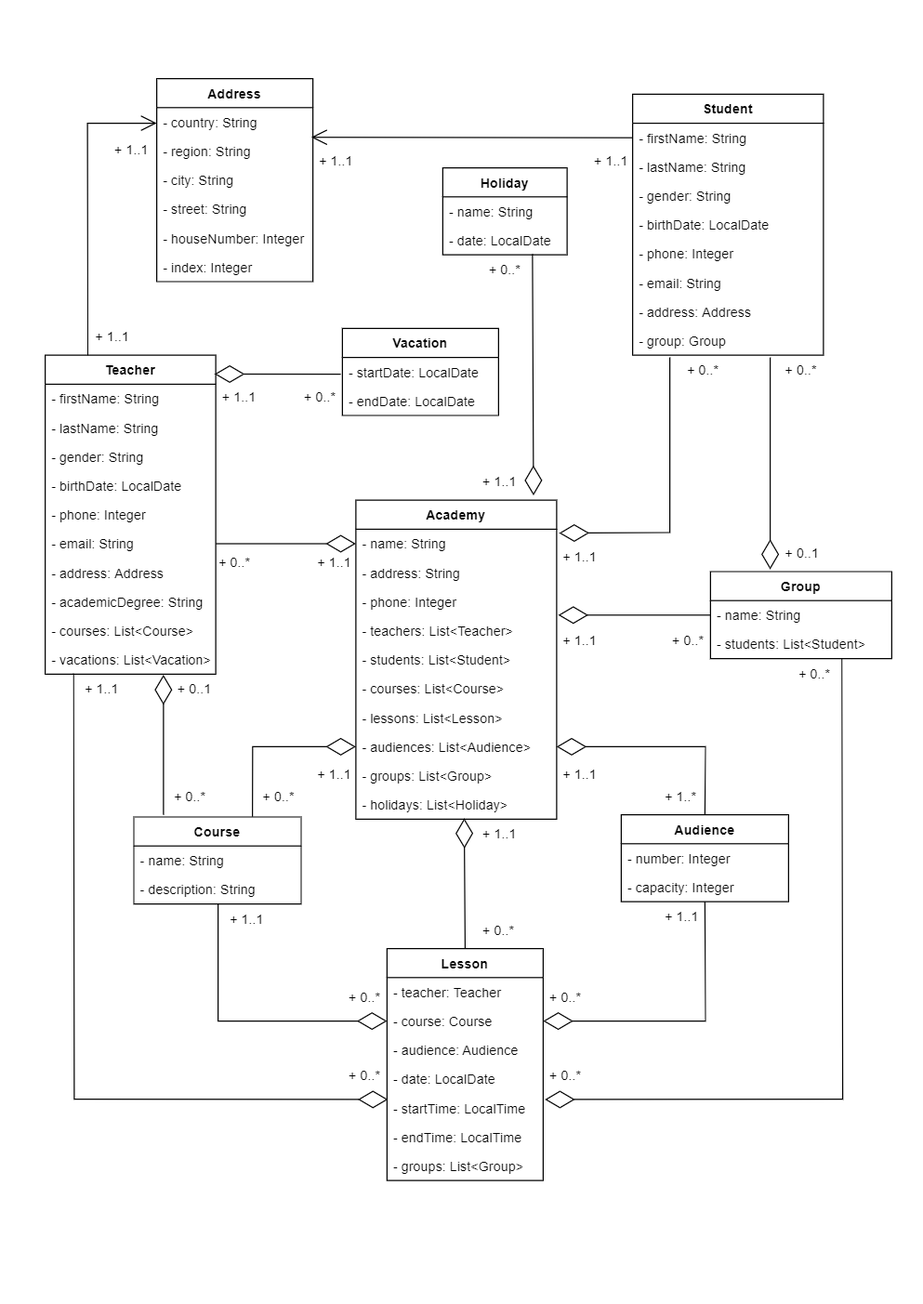
This is src/main/resources/academy.png from Ruslan-Tymoshchuk/Academy, a draw.io export, as it was before one commit. Source tidied: cells renumbered, new cells last; positions are measured from the earlier drawing's top-left corner, leaving out a move shared by most shapes.
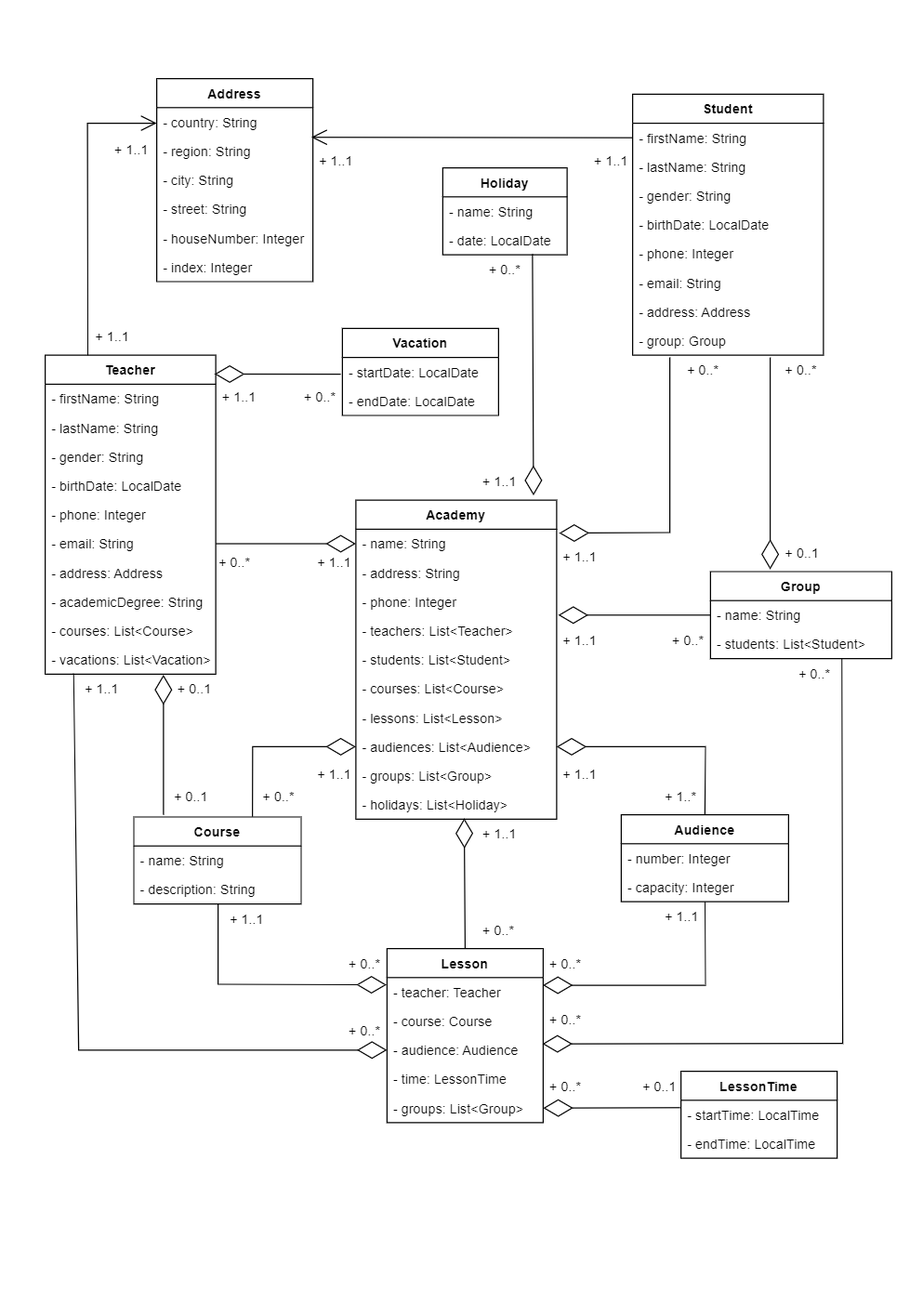
Later version of the same file.

Commit message:
adjusted relationships in UML-diagram

What changed in the source:
```diff
@@ -128,10 +128,10 @@
     <mxCell id="43" style="endArrow=diamondThin;endFill=0;endSize=24;html=1;rounded=0;exitX=0.5;exitY=0;exitDx=0;exitDy=0;entryX=0.54;entryY=0.971;entryDx=0;entryDy=0;entryPerimeter=0;" parent="1" edge="1" source="48" target="38">
       <mxGeometry relative="1" as="geometry" />
     </mxCell>
-    <mxCell id="44" style="endArrow=diamondThin;endFill=0;endSize=24;html=1;rounded=0;entryX=1.011;entryY=0.205;entryDx=0;entryDy=0;exitX=0.725;exitY=1.007;exitDx=0;exitDy=0;exitPerimeter=0;entryPerimeter=0;" parent="1" edge="1" source="24" target="53">
+    <mxCell id="44" style="endArrow=diamondThin;endFill=0;endSize=24;html=1;rounded=0;exitX=0.725;exitY=1.007;exitDx=0;exitDy=0;exitPerimeter=0;entryX=0.995;entryY=0.286;entryDx=0;entryDy=0;entryPerimeter=0;" parent="1" edge="1" source="24" target="51">
       <mxGeometry relative="1" as="geometry">
         <Array as="points">
-          <mxPoint x="715" y="915" />
+          <mxPoint x="715" y="865" />
         </Array>
       </mxGeometry>
     </mxCell>
@@ -153,7 +153,7 @@
       <mxGeometry x="240" y="60" width="40" height="30" as="geometry" />
     </mxCell>
     <mxCell id="48" value="Lesson" style="swimlane;fontStyle=1;horizontal=1;startSize=26;fillColor=none;" parent="1" vertex="1">
-      <mxGeometry x="306.5" y="780" width="140" height="208" as="geometry" />
+      <mxGeometry x="306.5" y="780" width="140" height="156" as="geometry" />
     </mxCell>
     <mxCell id="49" value="- teacher: Teacher" style="text;strokeColor=none;fillColor=none;align=left;verticalAlign=top;spacingLeft=4;spacingRight=4;overflow=hidden;" parent="48" vertex="1">
       <mxGeometry y="26" width="140" height="26" as="geometry" />
@@ -164,37 +164,31 @@
     <mxCell id="51" value="- audience: Audience" style="text;strokeColor=none;fillColor=none;align=left;verticalAlign=top;spacingLeft=4;spacingRight=4;overflow=hidden;points=[[0,0.5],[1,0.5]];portConstraint=eastwest;fontStyle=0;" parent="48" vertex="1">
       <mxGeometry y="78" width="140" height="26" as="geometry" />
     </mxCell>
-    <mxCell id="52" value="- date: LocalDate" style="text;strokeColor=none;fillColor=none;align=left;verticalAlign=top;spacingLeft=4;spacingRight=4;overflow=hidden;fontStyle=0;" parent="48" vertex="1">
+    <mxCell id="52" value="- time: LessonTime" style="text;strokeColor=none;fillColor=none;align=left;verticalAlign=top;spacingLeft=4;spacingRight=4;overflow=hidden;fontStyle=0;" parent="48" vertex="1">
       <mxGeometry y="104" width="140" height="26" as="geometry" />
     </mxCell>
-    <mxCell id="53" value="- startTime: LocalTime" style="text;strokeColor=none;fillColor=none;align=left;verticalAlign=top;spacingLeft=4;spacingRight=4;overflow=hidden;points=[[0,0.5],[1,0.5]];portConstraint=eastwest;fontStyle=0;" parent="48" vertex="1">
-      <mxGeometry y="130" width="140" height="26" as="geometry" />
-    </mxCell>
-    <mxCell id="54" value="- endTime: LocalTime" style="text;strokeColor=none;fillColor=none;align=left;verticalAlign=top;spacingLeft=4;spacingRight=4;overflow=hidden;fontStyle=0;" parent="48" vertex="1">
-      <mxGeometry y="156" width="140" height="26" as="geometry" />
-    </mxCell>
     <mxCell id="55" value="- groups: List&lt;Group&gt;" style="text;strokeColor=none;fillColor=none;align=left;verticalAlign=top;spacingLeft=4;spacingRight=4;overflow=hidden;points=[[0,0.5],[1,0.5]];portConstraint=eastwest;fontStyle=0;" parent="48" vertex="1">
-      <mxGeometry y="182" width="140" height="26" as="geometry" />
+      <mxGeometry y="130" width="140" height="26" as="geometry" />
     </mxCell>
-    <mxCell id="56" style="endArrow=diamondThin;endFill=0;endSize=24;html=1;rounded=0;entryX=1;entryY=0.5;entryDx=0;entryDy=0;" parent="1" edge="1" source="41" target="50">
+    <mxCell id="56" style="endArrow=diamondThin;endFill=0;endSize=24;html=1;rounded=0;entryX=-0.008;entryY=1.095;entryDx=0;entryDy=0;entryPerimeter=0;" parent="1" edge="1" source="41" target="72">
       <mxGeometry relative="1" as="geometry">
         <Array as="points">
-          <mxPoint x="592" y="845" />
+          <mxPoint x="592" y="813" />
         </Array>
       </mxGeometry>
     </mxCell>
-    <mxCell id="57" style="endArrow=diamondThin;endFill=0;endSize=24;html=1;rounded=0;exitX=0.167;exitY=0.98;exitDx=0;exitDy=0;exitPerimeter=0;entryX=0.006;entryY=0.204;entryDx=0;entryDy=0;entryPerimeter=0;" parent="1" edge="1" source="21" target="53">
+    <mxCell id="57" style="endArrow=diamondThin;endFill=0;endSize=24;html=1;rounded=0;exitX=0.167;exitY=0.98;exitDx=0;exitDy=0;exitPerimeter=0;entryX=0;entryY=0.5;entryDx=0;entryDy=0;" parent="1" edge="1" source="21" target="51">
       <mxGeometry relative="1" as="geometry">
         <Array as="points">
-          <mxPoint x="26" y="915" />
+          <mxPoint x="30" y="871" />
         </Array>
       </mxGeometry>
     </mxCell>
-    <mxCell id="58" style="endArrow=diamondThin;endFill=0;endSize=24;html=1;rounded=0;entryX=0;entryY=0.5;entryDx=0;entryDy=0;" parent="1" edge="1" target="50">
+    <mxCell id="58" style="endArrow=diamondThin;endFill=0;endSize=24;html=1;rounded=0;entryX=0.988;entryY=1.083;entryDx=0;entryDy=0;entryPerimeter=0;" parent="1" edge="1" target="104">
       <mxGeometry relative="1" as="geometry">
         <mxPoint x="155" y="740" as="sourcePoint" />
         <Array as="points">
-          <mxPoint x="155" y="845" />
+          <mxPoint x="155" y="812" />
         </Array>
       </mxGeometry>
     </mxCell>
@@ -245,7 +239,7 @@
       <mxGeometry x="386.5" y="664" width="40" height="30" as="geometry" />
     </mxCell>
     <mxCell id="72" value="+ 0..*" style="text;strokeColor=none;fillColor=none;spacingLeft=4;spacingRight=4;overflow=hidden;points=[[0,0.5],[1,0.5]];portConstraint=eastwest;fontSize=12;" parent="1" vertex="1">
-      <mxGeometry x="446.5" y="810" width="40" height="30" as="geometry" />
+      <mxGeometry x="446.5" y="780" width="40" height="30" as="geometry" />
     </mxCell>
     <mxCell id="73" value="+ 1..1" style="text;strokeColor=none;fillColor=none;spacingLeft=4;spacingRight=4;overflow=hidden;fontSize=12;" parent="1" vertex="1">
       <mxGeometry x="458.5" y="490" width="40" height="30" as="geometry" />
@@ -278,7 +272,7 @@
       <mxGeometry x="386.5" y="750" width="40" height="30" as="geometry" />
     </mxCell>
     <mxCell id="82" value="+ 0..*" style="text;strokeColor=none;fillColor=none;spacingLeft=4;spacingRight=4;overflow=hidden;fontSize=12;" parent="1" vertex="1">
-      <mxGeometry x="446.5" y="880" width="40" height="30" as="geometry" />
+      <mxGeometry x="446.5" y="830" width="40" height="30" as="geometry" />
     </mxCell>
     <mxCell id="83" value="+ 1..1" style="text;strokeColor=none;fillColor=none;spacingLeft=4;spacingRight=4;overflow=hidden;fontSize=12;" parent="1" vertex="1">
       <mxGeometry x="153" y="272" width="40" height="30" as="geometry" />
@@ -334,7 +328,7 @@
         </Array>
       </mxGeometry>
     </mxCell>
-    <mxCell id="98" value="+ 0..*" style="text;strokeColor=none;fillColor=none;spacingLeft=4;spacingRight=4;overflow=hidden;fontSize=12;" parent="1" vertex="1">
+    <mxCell id="98" value="+ 0..1" style="text;strokeColor=none;fillColor=none;spacingLeft=4;spacingRight=4;overflow=hidden;fontSize=12;" parent="1" vertex="1">
       <mxGeometry x="110" y="630" width="40" height="30" as="geometry" />
     </mxCell>
     <mxCell id="99" value="+ 0..1" style="text;strokeColor=none;fillColor=none;spacingLeft=4;spacingRight=4;overflow=hidden;fontSize=12;" parent="1" vertex="1">
@@ -355,10 +349,10 @@
       </mxGeometry>
     </mxCell>
     <mxCell id="104" value="+ 0..*" style="text;strokeColor=none;fillColor=none;spacingLeft=4;spacingRight=4;overflow=hidden;points=[[0,0.5],[1,0.5]];portConstraint=eastwest;fontSize=12;" parent="1" vertex="1">
-      <mxGeometry x="266.5" y="810" width="40" height="30" as="geometry" />
+      <mxGeometry x="266.5" y="780" width="40" height="30" as="geometry" />
     </mxCell>
     <mxCell id="105" value="+ 0..*" style="text;strokeColor=none;fillColor=none;spacingLeft=4;spacingRight=4;overflow=hidden;fontSize=12;" parent="1" vertex="1">
-      <mxGeometry x="266.5" y="880" width="40" height="30" as="geometry" />
+      <mxGeometry x="266.5" y="840" width="40" height="30" as="geometry" />
     </mxCell>
     <mxCell id="106" value="+ 1..1" style="text;strokeColor=none;fillColor=none;spacingLeft=4;spacingRight=4;overflow=hidden;fontSize=12;" parent="1" vertex="1">
       <mxGeometry x="160" y="740" width="40" height="30" as="geometry" />
@@ -375,5 +369,23 @@
     <mxCell id="110" value="- endDate: LocalDate" style="text;strokeColor=none;fillColor=none;align=left;verticalAlign=top;spacingLeft=4;spacingRight=4;overflow=hidden;" parent="108" vertex="1">
       <mxGeometry y="52" width="140" height="26" as="geometry" />
     </mxCell>
+    <mxCell id="111" value="LessonTime" style="swimlane;fontStyle=1;horizontal=1;startSize=26;fillColor=none;" parent="1" vertex="1">
+      <mxGeometry x="570" y="890" width="140" height="78" as="geometry" />
+    </mxCell>
+    <mxCell id="53" value="- startTime: LocalTime" style="text;strokeColor=none;fillColor=none;align=left;verticalAlign=top;spacingLeft=4;spacingRight=4;overflow=hidden;points=[[0,0.5],[1,0.5]];portConstraint=eastwest;fontStyle=0;" parent="111" vertex="1">
+      <mxGeometry y="26" width="140" height="26" as="geometry" />
+    </mxCell>
+    <mxCell id="54" value="- endTime: LocalTime" style="text;strokeColor=none;fillColor=none;align=left;verticalAlign=top;spacingLeft=4;spacingRight=4;overflow=hidden;fontStyle=0;" parent="111" vertex="1">
+      <mxGeometry y="52" width="140" height="26" as="geometry" />
+    </mxCell>
+    <mxCell id="112" style="endArrow=diamondThin;endFill=0;endSize=24;html=1;rounded=0;exitX=-0.005;exitY=0.255;exitDx=0;exitDy=0;exitPerimeter=0;entryX=1;entryY=0.5;entryDx=0;entryDy=0;" parent="1" edge="1" source="53" target="55">
+      <mxGeometry relative="1" as="geometry" />
+    </mxCell>
+    <mxCell id="113" value="+ 0..*" style="text;strokeColor=none;fillColor=none;spacingLeft=4;spacingRight=4;overflow=hidden;fontSize=12;" parent="1" vertex="1">
+      <mxGeometry x="446.5" y="890" width="40" height="30" as="geometry" />
+    </mxCell>
+    <mxCell id="114" value="+ 0..1" style="text;strokeColor=none;fillColor=none;spacingLeft=4;spacingRight=4;overflow=hidden;fontSize=12;" parent="1" vertex="1">
+      <mxGeometry x="530" y="890" width="40" height="30" as="geometry" />
+    </mxCell>
   </root>
 </mxGraphModel>
```
